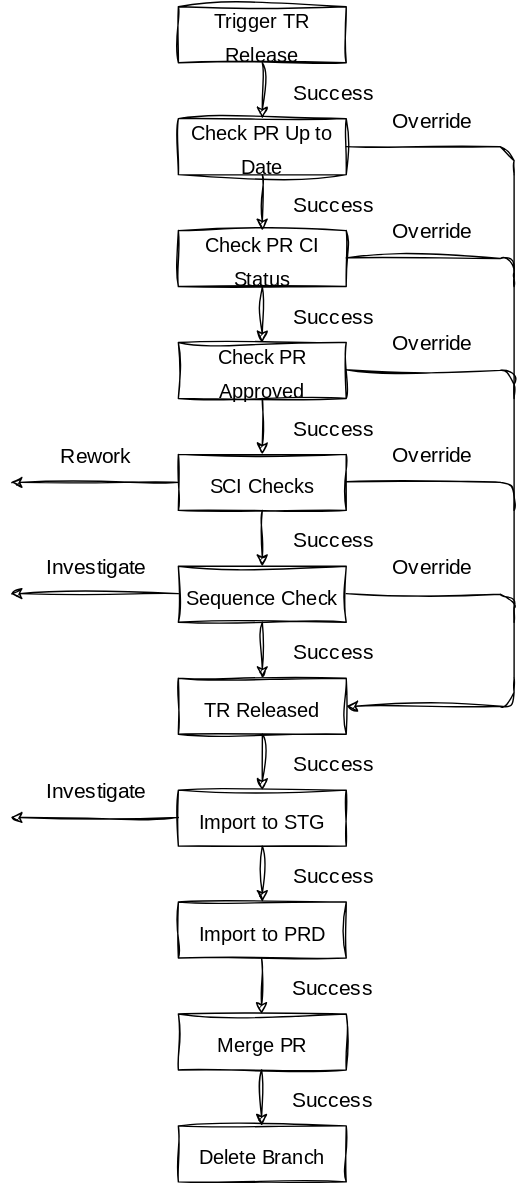
Before: src/img/deployment.drawio.svg, a diagram exported from draw.io (heliconialabs/abapgit-flow). Source tidied: cells renumbered, new cells last; positions are measured from the earlier drawing's top-left corner, leaving out a move shared by most shapes.
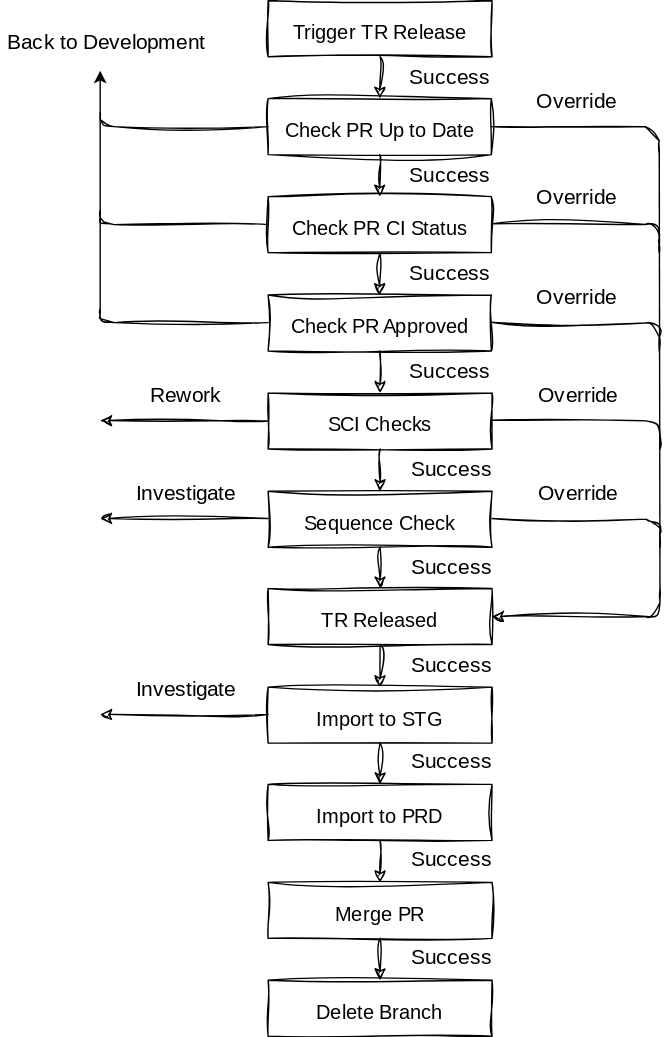
Later version of the same file.

What changed in the source:
```diff
@@ -3,28 +3,28 @@
     <mxCell id="0" />
     <mxCell id="1" parent="0" />
     <mxCell id="2" value="&lt;font style=&quot;font-size: 14px;&quot;&gt;Trigger TR Release&lt;/font&gt;" style="rounded=0;whiteSpace=wrap;html=1;sketch=1;hachureGap=4;jiggle=2;curveFitting=1;fontFamily=Architects Daughter;fontSource=https%3A%2F%2Ffonts.googleapis.com%2Fcss%3Ffamily%3DArchitects%2BDaughter;fontSize=20;" parent="1" vertex="1">
-      <mxGeometry x="120" width="120" height="40" as="geometry" />
+      <mxGeometry x="80" width="160" height="40" as="geometry" />
     </mxCell>
     <mxCell id="3" value="&lt;font style=&quot;font-size: 14px;&quot;&gt;Sequence Check&lt;/font&gt;" style="rounded=0;whiteSpace=wrap;html=1;sketch=1;hachureGap=4;jiggle=2;curveFitting=1;fontFamily=Architects Daughter;fontSource=https%3A%2F%2Ffonts.googleapis.com%2Fcss%3Ffamily%3DArchitects%2BDaughter;fontSize=20;" parent="1" vertex="1">
-      <mxGeometry x="120" y="400" width="120" height="40" as="geometry" />
+      <mxGeometry x="80" y="350.5" width="160" height="40" as="geometry" />
     </mxCell>
     <mxCell id="4" value="&lt;font style=&quot;font-size: 14px;&quot;&gt;Import to STG&lt;/font&gt;" style="rounded=0;whiteSpace=wrap;html=1;sketch=1;hachureGap=4;jiggle=2;curveFitting=1;fontFamily=Architects Daughter;fontSource=https%3A%2F%2Ffonts.googleapis.com%2Fcss%3Ffamily%3DArchitects%2BDaughter;fontSize=20;" parent="1" vertex="1">
-      <mxGeometry x="120" y="560" width="120" height="40" as="geometry" />
+      <mxGeometry x="80" y="490.5" width="160" height="40" as="geometry" />
     </mxCell>
     <mxCell id="5" value="&lt;font style=&quot;font-size: 14px;&quot;&gt;Import to PRD&lt;/font&gt;" style="rounded=0;whiteSpace=wrap;html=1;sketch=1;hachureGap=4;jiggle=2;curveFitting=1;fontFamily=Architects Daughter;fontSource=https%3A%2F%2Ffonts.googleapis.com%2Fcss%3Ffamily%3DArchitects%2BDaughter;fontSize=20;" parent="1" vertex="1">
-      <mxGeometry x="120" y="640" width="120" height="40" as="geometry" />
+      <mxGeometry x="80" y="560" width="160" height="40" as="geometry" />
     </mxCell>
     <mxCell id="6" value="&lt;font style=&quot;font-size: 14px;&quot;&gt;Check PR Approved&lt;/font&gt;" style="rounded=0;whiteSpace=wrap;html=1;sketch=1;hachureGap=4;jiggle=2;curveFitting=1;fontFamily=Architects Daughter;fontSource=https%3A%2F%2Ffonts.googleapis.com%2Fcss%3Ffamily%3DArchitects%2BDaughter;fontSize=20;" parent="1" vertex="1">
-      <mxGeometry x="120" y="240" width="120" height="40" as="geometry" />
+      <mxGeometry x="80" y="210.3" width="159.5" height="40" as="geometry" />
     </mxCell>
     <mxCell id="7" value="&lt;font style=&quot;font-size: 14px;&quot;&gt;Check PR CI Status&lt;/font&gt;" style="rounded=0;whiteSpace=wrap;html=1;sketch=1;hachureGap=4;jiggle=2;curveFitting=1;fontFamily=Architects Daughter;fontSource=https%3A%2F%2Ffonts.googleapis.com%2Fcss%3Ffamily%3DArchitects%2BDaughter;fontSize=20;" parent="1" vertex="1">
-      <mxGeometry x="120" y="160" width="120" height="40" as="geometry" />
+      <mxGeometry x="80" y="140" width="159.5" height="40" as="geometry" />
     </mxCell>
     <mxCell id="8" value="&lt;font style=&quot;font-size: 14px;&quot;&gt;SCI Checks&lt;/font&gt;" style="rounded=0;whiteSpace=wrap;html=1;sketch=1;hachureGap=4;jiggle=2;curveFitting=1;fontFamily=Architects Daughter;fontSource=https%3A%2F%2Ffonts.googleapis.com%2Fcss%3Ffamily%3DArchitects%2BDaughter;fontSize=20;" parent="1" vertex="1">
-      <mxGeometry x="120" y="320" width="120" height="40" as="geometry" />
+      <mxGeometry x="80" y="280.3" width="160" height="40" as="geometry" />
     </mxCell>
     <mxCell id="9" value="&lt;font style=&quot;font-size: 14px;&quot;&gt;Check PR Up to Date&lt;/font&gt;" style="rounded=0;whiteSpace=wrap;html=1;sketch=1;hachureGap=4;jiggle=2;curveFitting=1;fontFamily=Architects Daughter;fontSource=https%3A%2F%2Ffonts.googleapis.com%2Fcss%3Ffamily%3DArchitects%2BDaughter;fontSize=20;" parent="1" vertex="1">
-      <mxGeometry x="120" y="80" width="120" height="40" as="geometry" />
+      <mxGeometry x="80" y="70" width="159.5" height="40" as="geometry" />
     </mxCell>
     <mxCell id="10" style="endArrow=classic;html=1;sketch=1;hachureGap=4;jiggle=2;curveFitting=1;fontFamily=Architects Daughter;fontSource=https%3A%2F%2Ffonts.googleapis.com%2Fcss%3Ffamily%3DArchitects%2BDaughter;fontSize=16;exitX=0.5;exitY=1;exitDx=0;exitDy=0;entryX=0.5;entryY=0;entryDx=0;entryDy=0;" parent="1" edge="1" source="2" target="9">
       <mxGeometry relative="1" as="geometry" />
@@ -50,10 +50,8 @@
         <mxPoint x="50" y="-8" as="offset" />
       </mxGeometry>
     </mxCell>
-    <mxCell id="16" style="endArrow=classic;html=1;sketch=1;hachureGap=4;jiggle=2;curveFitting=1;fontFamily=Architects Daughter;fontSource=https%3A%2F%2Ffonts.googleapis.com%2Fcss%3Ffamily%3DArchitects%2BDaughter;fontSize=16;exitX=0.5;exitY=1;exitDx=0;exitDy=0;" parent="1" edge="1" source="6">
-      <mxGeometry relative="1" as="geometry">
-        <mxPoint x="180" y="320" as="targetPoint" />
-      </mxGeometry>
+    <mxCell id="16" style="endArrow=classic;html=1;sketch=1;hachureGap=4;jiggle=2;curveFitting=1;fontFamily=Architects Daughter;fontSource=https%3A%2F%2Ffonts.googleapis.com%2Fcss%3Ffamily%3DArchitects%2BDaughter;fontSize=16;exitX=0.5;exitY=1;exitDx=0;exitDy=0;entryX=0.5;entryY=0;entryDx=0;entryDy=0;" parent="1" edge="1" source="6" target="8">
+      <mxGeometry relative="1" as="geometry" />
     </mxCell>
     <mxCell id="17" value="Success" style="edgeLabel;html=1;align=center;verticalAlign=middle;fontSize=15;fontFamily=Architects Daughter;" parent="16" vertex="1">
       <mxGeometry x="0.38" relative="1" as="geometry">
@@ -85,7 +83,7 @@
       </mxGeometry>
     </mxCell>
     <mxCell id="24" value="&lt;font style=&quot;font-size: 14px;&quot;&gt;TR Released&lt;/font&gt;" style="rounded=0;whiteSpace=wrap;html=1;sketch=1;hachureGap=4;jiggle=2;curveFitting=1;fontFamily=Architects Daughter;fontSource=https%3A%2F%2Ffonts.googleapis.com%2Fcss%3Ffamily%3DArchitects%2BDaughter;fontSize=20;" parent="1" vertex="1">
-      <mxGeometry x="120" y="480" width="120" height="40" as="geometry" />
+      <mxGeometry x="80" y="420" width="160" height="40" as="geometry" />
     </mxCell>
     <mxCell id="25" style="endArrow=classic;html=1;sketch=1;hachureGap=4;jiggle=2;curveFitting=1;fontFamily=Architects Daughter;fontSource=https%3A%2F%2Ffonts.googleapis.com%2Fcss%3Ffamily%3DArchitects%2BDaughter;fontSize=15;exitX=0.5;exitY=1;exitDx=0;exitDy=0;" parent="1" edge="1" source="24" target="4">
       <mxGeometry relative="1" as="geometry" />
@@ -96,27 +94,21 @@
       </mxGeometry>
     </mxCell>
     <mxCell id="27" value="&lt;font style=&quot;font-size: 14px;&quot;&gt;Merge PR&lt;/font&gt;" style="rounded=0;whiteSpace=wrap;html=1;sketch=1;hachureGap=4;jiggle=2;curveFitting=1;fontFamily=Architects Daughter;fontSource=https%3A%2F%2Ffonts.googleapis.com%2Fcss%3Ffamily%3DArchitects%2BDaughter;fontSize=20;" parent="1" vertex="1">
-      <mxGeometry x="120" y="720" width="120" height="40" as="geometry" />
+      <mxGeometry x="80" y="630" width="160" height="40" as="geometry" />
     </mxCell>
     <mxCell id="28" value="&lt;font style=&quot;font-size: 14px;&quot;&gt;Delete Branch&lt;/font&gt;" style="rounded=0;whiteSpace=wrap;html=1;sketch=1;hachureGap=4;jiggle=2;curveFitting=1;fontFamily=Architects Daughter;fontSource=https%3A%2F%2Ffonts.googleapis.com%2Fcss%3Ffamily%3DArchitects%2BDaughter;fontSize=20;" parent="1" vertex="1">
-      <mxGeometry x="120" y="800" width="120" height="40" as="geometry" />
+      <mxGeometry x="80" y="700" width="160" height="40" as="geometry" />
     </mxCell>
-    <mxCell id="29" style="endArrow=classic;html=1;sketch=1;hachureGap=4;jiggle=2;curveFitting=1;fontFamily=Architects Daughter;fontSource=https%3A%2F%2Ffonts.googleapis.com%2Fcss%3Ffamily%3DArchitects%2BDaughter;fontSize=16;entryX=0.5;entryY=0;entryDx=0;entryDy=0;" parent="1" edge="1">
-      <mxGeometry relative="1" as="geometry">
-        <mxPoint x="179.5" y="680" as="sourcePoint" />
-        <mxPoint x="179.5" y="720" as="targetPoint" />
-      </mxGeometry>
+    <mxCell id="29" style="endArrow=classic;html=1;sketch=1;hachureGap=4;jiggle=2;curveFitting=1;fontFamily=Architects Daughter;fontSource=https%3A%2F%2Ffonts.googleapis.com%2Fcss%3Ffamily%3DArchitects%2BDaughter;fontSize=16;exitX=0.5;exitY=1;exitDx=0;exitDy=0;entryX=0.5;entryY=0;entryDx=0;entryDy=0;" parent="1" edge="1" source="5" target="27">
+      <mxGeometry relative="1" as="geometry" />
     </mxCell>
     <mxCell id="30" value="Success" style="edgeLabel;html=1;align=center;verticalAlign=middle;fontSize=15;fontFamily=Architects Daughter;" parent="29" vertex="1">
       <mxGeometry x="0.42" y="-1" relative="1" as="geometry">
         <mxPoint x="51" y="-9" as="offset" />
       </mxGeometry>
     </mxCell>
-    <mxCell id="31" style="endArrow=classic;html=1;sketch=1;hachureGap=4;jiggle=2;curveFitting=1;fontFamily=Architects Daughter;fontSource=https%3A%2F%2Ffonts.googleapis.com%2Fcss%3Ffamily%3DArchitects%2BDaughter;fontSize=16;entryX=0.5;entryY=0;entryDx=0;entryDy=0;" parent="1" edge="1">
-      <mxGeometry relative="1" as="geometry">
-        <mxPoint x="179.5" y="760" as="sourcePoint" />
-        <mxPoint x="179.5" y="800" as="targetPoint" />
-      </mxGeometry>
+    <mxCell id="31" style="endArrow=classic;html=1;sketch=1;hachureGap=4;jiggle=2;curveFitting=1;fontFamily=Architects Daughter;fontSource=https%3A%2F%2Ffonts.googleapis.com%2Fcss%3Ffamily%3DArchitects%2BDaughter;fontSize=16;exitX=0.5;exitY=1;exitDx=0;exitDy=0;entryX=0.5;entryY=0;entryDx=0;entryDy=0;" parent="1" edge="1" source="27" target="28">
+      <mxGeometry relative="1" as="geometry" />
     </mxCell>
     <mxCell id="32" value="Success" style="edgeLabel;html=1;align=center;verticalAlign=middle;fontSize=15;fontFamily=Architects Daughter;" parent="31" vertex="1">
       <mxGeometry x="0.42" y="-1" relative="1" as="geometry">
@@ -125,7 +117,7 @@
     </mxCell>
     <mxCell id="33" style="endArrow=classic;html=1;sketch=1;hachureGap=4;jiggle=2;curveFitting=1;fontFamily=Architects Daughter;fontSource=https%3A%2F%2Ffonts.googleapis.com%2Fcss%3Ffamily%3DArchitects%2BDaughter;fontSize=15;exitX=0;exitY=0.5;exitDx=0;exitDy=0;" parent="1" edge="1" source="8">
       <mxGeometry relative="1" as="geometry">
-        <mxPoint y="340" as="targetPoint" />
+        <mxPoint x="-40" y="300" as="targetPoint" />
       </mxGeometry>
     </mxCell>
     <mxCell id="34" value="Rework" style="edgeLabel;html=1;align=center;verticalAlign=middle;fontSize=15;fontFamily=Architects Daughter;" parent="33" vertex="1">
@@ -133,10 +125,10 @@
         <mxPoint x="32" y="-18" as="offset" />
       </mxGeometry>
     </mxCell>
-    <mxCell id="35" style="endArrow=classic;html=1;sketch=1;hachureGap=4;jiggle=2;curveFitting=1;fontFamily=Architects Daughter;fontSource=https%3A%2F%2Ffonts.googleapis.com%2Fcss%3Ffamily%3DArchitects%2BDaughter;fontSize=15;exitX=0;exitY=0.5;exitDx=0;exitDy=0;" parent="1" edge="1">
+    <mxCell id="35" style="endArrow=classic;html=1;sketch=1;hachureGap=4;jiggle=2;curveFitting=1;fontFamily=Architects Daughter;fontSource=https%3A%2F%2Ffonts.googleapis.com%2Fcss%3Ffamily%3DArchitects%2BDaughter;fontSize=15;" parent="1" edge="1">
       <mxGeometry relative="1" as="geometry">
-        <mxPoint x="120" y="419.5" as="sourcePoint" />
-        <mxPoint y="419.5" as="targetPoint" />
+        <mxPoint x="80" y="370" as="sourcePoint" />
+        <mxPoint x="-40" y="370" as="targetPoint" />
       </mxGeometry>
     </mxCell>
     <mxCell id="36" value="Investigate" style="edgeLabel;html=1;align=center;verticalAlign=middle;fontSize=15;fontFamily=Architects Daughter;" parent="35" vertex="1">
@@ -144,10 +136,10 @@
         <mxPoint x="32" y="-18" as="offset" />
       </mxGeometry>
     </mxCell>
-    <mxCell id="37" style="endArrow=classic;html=1;sketch=1;hachureGap=4;jiggle=2;curveFitting=1;fontFamily=Architects Daughter;fontSource=https%3A%2F%2Ffonts.googleapis.com%2Fcss%3Ffamily%3DArchitects%2BDaughter;fontSize=15;exitX=0;exitY=0.5;exitDx=0;exitDy=0;" parent="1" edge="1">
+    <mxCell id="37" style="endArrow=classic;html=1;sketch=1;hachureGap=4;jiggle=2;curveFitting=1;fontFamily=Architects Daughter;fontSource=https%3A%2F%2Ffonts.googleapis.com%2Fcss%3Ffamily%3DArchitects%2BDaughter;fontSize=15;" parent="1" edge="1">
       <mxGeometry relative="1" as="geometry">
-        <mxPoint x="120" y="579.5" as="sourcePoint" />
-        <mxPoint y="579.5" as="targetPoint" />
+        <mxPoint x="80" y="510" as="sourcePoint" />
+        <mxPoint x="-40" y="510" as="targetPoint" />
       </mxGeometry>
     </mxCell>
     <mxCell id="38" value="Investigate" style="edgeLabel;html=1;align=center;verticalAlign=middle;fontSize=15;fontFamily=Architects Daughter;" parent="37" vertex="1">
@@ -157,9 +149,9 @@
     </mxCell>
     <mxCell id="39" style="endArrow=none;html=1;sketch=1;hachureGap=4;jiggle=2;curveFitting=1;fontFamily=Architects Daughter;fontSource=https%3A%2F%2Ffonts.googleapis.com%2Fcss%3Ffamily%3DArchitects%2BDaughter;fontSize=15;exitX=1;exitY=0.5;exitDx=0;exitDy=0;endFill=0;" parent="1" edge="1" source="9">
       <mxGeometry relative="1" as="geometry">
-        <mxPoint x="360" y="120" as="targetPoint" />
+        <mxPoint x="359.5" y="110" as="targetPoint" />
         <Array as="points">
-          <mxPoint x="360" y="100" />
+          <mxPoint x="359.5" y="90" />
         </Array>
       </mxGeometry>
     </mxCell>
@@ -170,10 +162,10 @@
     </mxCell>
     <mxCell id="41" style="endArrow=none;html=1;sketch=1;hachureGap=4;jiggle=2;curveFitting=1;fontFamily=Architects Daughter;fontSource=https%3A%2F%2Ffonts.googleapis.com%2Fcss%3Ffamily%3DArchitects%2BDaughter;fontSize=15;exitX=1;exitY=0.5;exitDx=0;exitDy=0;endFill=0;" parent="1" edge="1">
       <mxGeometry relative="1" as="geometry">
-        <mxPoint x="240" y="179.5" as="sourcePoint" />
-        <mxPoint x="360" y="200" as="targetPoint" />
+        <mxPoint x="239.5" y="159.5" as="sourcePoint" />
+        <mxPoint x="359.5" y="180" as="targetPoint" />
         <Array as="points">
-          <mxPoint x="360" y="180" />
+          <mxPoint x="359.5" y="160" />
         </Array>
       </mxGeometry>
     </mxCell>
@@ -184,10 +176,10 @@
     </mxCell>
     <mxCell id="43" style="endArrow=none;html=1;sketch=1;hachureGap=4;jiggle=2;curveFitting=1;fontFamily=Architects Daughter;fontSource=https%3A%2F%2Ffonts.googleapis.com%2Fcss%3Ffamily%3DArchitects%2BDaughter;fontSize=15;exitX=1;exitY=0.5;exitDx=0;exitDy=0;endFill=0;" parent="1" edge="1">
       <mxGeometry relative="1" as="geometry">
-        <mxPoint x="240" y="259.5" as="sourcePoint" />
-        <mxPoint x="360" y="280" as="targetPoint" />
+        <mxPoint x="239.5" y="229.8" as="sourcePoint" />
+        <mxPoint x="359.5" y="250.3" as="targetPoint" />
         <Array as="points">
-          <mxPoint x="360" y="260" />
+          <mxPoint x="359.5" y="230.3" />
         </Array>
       </mxGeometry>
     </mxCell>
@@ -198,10 +190,10 @@
     </mxCell>
     <mxCell id="45" style="endArrow=none;html=1;sketch=1;hachureGap=4;jiggle=2;curveFitting=1;fontFamily=Architects Daughter;fontSource=https%3A%2F%2Ffonts.googleapis.com%2Fcss%3Ffamily%3DArchitects%2BDaughter;fontSize=15;exitX=1;exitY=0.5;exitDx=0;exitDy=0;endFill=0;" parent="1" edge="1">
       <mxGeometry relative="1" as="geometry">
-        <mxPoint x="240" y="339.5" as="sourcePoint" />
-        <mxPoint x="360" y="360" as="targetPoint" />
+        <mxPoint x="240" y="299.8" as="sourcePoint" />
+        <mxPoint x="360" y="320.3" as="targetPoint" />
         <Array as="points">
-          <mxPoint x="360" y="340" />
+          <mxPoint x="360" y="300.3" />
         </Array>
       </mxGeometry>
     </mxCell>
@@ -212,10 +204,10 @@
     </mxCell>
     <mxCell id="47" style="endArrow=none;html=1;sketch=1;hachureGap=4;jiggle=2;curveFitting=1;fontFamily=Architects Daughter;fontSource=https%3A%2F%2Ffonts.googleapis.com%2Fcss%3Ffamily%3DArchitects%2BDaughter;fontSize=15;exitX=1;exitY=0.5;exitDx=0;exitDy=0;endFill=0;" parent="1" edge="1">
       <mxGeometry relative="1" as="geometry">
-        <mxPoint x="240" y="419.5" as="sourcePoint" />
-        <mxPoint x="360" y="440" as="targetPoint" />
+        <mxPoint x="240" y="370" as="sourcePoint" />
+        <mxPoint x="360" y="390.5" as="targetPoint" />
         <Array as="points">
-          <mxPoint x="360" y="420" />
+          <mxPoint x="360" y="370.5" />
         </Array>
       </mxGeometry>
     </mxCell>
@@ -226,17 +218,54 @@
     </mxCell>
     <mxCell id="49" style="endArrow=classic;html=1;sketch=1;hachureGap=4;jiggle=2;curveFitting=1;fontFamily=Architects Daughter;fontSource=https%3A%2F%2Ffonts.googleapis.com%2Fcss%3Ffamily%3DArchitects%2BDaughter;fontSize=15;entryX=1;entryY=0.5;entryDx=0;entryDy=0;" parent="1" edge="1" target="24">
       <mxGeometry relative="1" as="geometry">
-        <mxPoint x="360" y="480" as="sourcePoint" />
+        <mxPoint x="360" y="420" as="sourcePoint" />
         <Array as="points">
-          <mxPoint x="360" y="500" />
+          <mxPoint x="360" y="440" />
         </Array>
       </mxGeometry>
     </mxCell>
     <mxCell id="50" style="endArrow=none;html=1;hachureGap=4;fontFamily=Architects Daughter;fontSource=https%3A%2F%2Ffonts.googleapis.com%2Fcss%3Ffamily%3DArchitects%2BDaughter;fontSize=15;" parent="1" edge="1">
       <mxGeometry relative="1" as="geometry">
-        <mxPoint x="360" y="480" as="sourcePoint" />
-        <mxPoint x="360" y="120" as="targetPoint" />
+        <mxPoint x="360" y="420" as="sourcePoint" />
+        <mxPoint x="359.5" y="110" as="targetPoint" />
       </mxGeometry>
     </mxCell>
+    <mxCell id="51" style="endArrow=none;html=1;sketch=1;hachureGap=4;jiggle=2;curveFitting=1;fontFamily=Architects Daughter;fontSource=https%3A%2F%2Ffonts.googleapis.com%2Fcss%3Ffamily%3DArchitects%2BDaughter;fontSize=16;entryX=0;entryY=0.5;entryDx=0;entryDy=0;" parent="1" edge="1" target="9">
+      <mxGeometry relative="1" as="geometry">
+        <mxPoint x="-40" y="80" as="sourcePoint" />
+        <Array as="points">
+          <mxPoint x="-40" y="90" />
+        </Array>
+      </mxGeometry>
+    </mxCell>
+    <mxCell id="52" value="Back to Development" style="edgeLabel;html=1;align=center;verticalAlign=middle;fontSize=15;fontFamily=Architects Daughter;" parent="51" vertex="1">
+      <mxGeometry x="-0.5" y="1" relative="1" as="geometry">
+        <mxPoint x="-20" y="-61" as="offset" />
+      </mxGeometry>
+    </mxCell>
+    <mxCell id="53" style="endArrow=none;html=1;sketch=1;hachureGap=4;jiggle=2;curveFitting=1;fontFamily=Architects Daughter;fontSource=https%3A%2F%2Ffonts.googleapis.com%2Fcss%3Ffamily%3DArchitects%2BDaughter;fontSize=16;entryX=0;entryY=0.5;entryDx=0;entryDy=0;" parent="1" edge="1">
+      <mxGeometry relative="1" as="geometry">
+        <mxPoint x="-40" y="150" as="sourcePoint" />
+        <mxPoint x="80" y="160" as="targetPoint" />
+        <Array as="points">
+          <mxPoint x="-40" y="160" />
+        </Array>
+      </mxGeometry>
+    </mxCell>
+    <mxCell id="54" style="endArrow=none;html=1;sketch=1;hachureGap=4;jiggle=2;curveFitting=1;fontFamily=Architects Daughter;fontSource=https%3A%2F%2Ffonts.googleapis.com%2Fcss%3Ffamily%3DArchitects%2BDaughter;fontSize=16;entryX=0;entryY=0.5;entryDx=0;entryDy=0;" parent="1" edge="1">
+      <mxGeometry relative="1" as="geometry">
+        <mxPoint x="-40" y="220" as="sourcePoint" />
+        <mxPoint x="80" y="230" as="targetPoint" />
+        <Array as="points">
+          <mxPoint x="-40" y="230" />
+        </Array>
+      </mxGeometry>
+    </mxCell>
+    <mxCell id="55" style="endArrow=classic;html=1;hachureGap=4;fontFamily=Architects Daughter;fontSource=https%3A%2F%2Ffonts.googleapis.com%2Fcss%3Ffamily%3DArchitects%2BDaughter;fontSize=15;" parent="1" edge="1">
+      <mxGeometry relative="1" as="geometry">
+        <mxPoint x="-40" y="220" as="sourcePoint" />
+        <mxPoint x="-40" y="50" as="targetPoint" />
+      </mxGeometry>
+    </mxCell>
   </root>
 </mxGraphModel>
```
